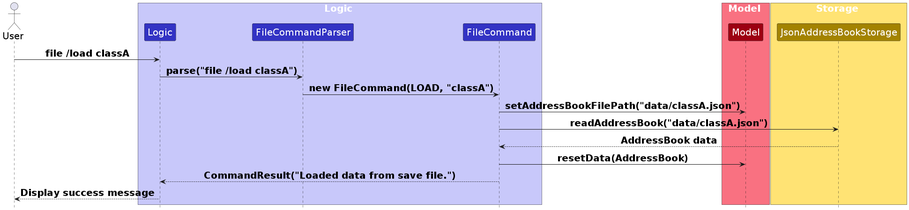
This is diagrams/FileSaveSequenceDiagram.png from AY2425S2-CS2103T-T10-3/tp, a PlantUML export, as it was before one commit. Its source is kept beside it as diagrams/FileSaveSequenceDiagram.puml. Its diagram source:
```plantuml
@startuml
!include style.puml
skinparam ArrowFontStyle bold
skinparam DefaultFontSize 20

actor User

box Logic LOGIC_COLOR_T1
participant "Logic" as Logic LOGIC_COLOR
participant "FileCommandParser" as Parser LOGIC_COLOR
participant "FileCommand" as Command LOGIC_COLOR
end box

box Model MODEL_COLOR_T1
participant "Model" as Model MODEL_COLOR
end box

box Storage STORAGE_COLOR_T1
participant "JsonAddressBookStorage" as Storage STORAGE_COLOR
end box

User -> Logic: file /load classA
Logic -> Parser: parse("file /load classA")
Parser -> Command: new FileCommand(LOAD, "classA")
Command -> Model: setAddressBookFilePath("data/classA.json")
Command -> Storage: readAddressBook("data/classA.json")
Storage --> Command: AddressBook data
Command -> Model: resetData(AddressBook)
Command --> Logic: CommandResult("Loaded data from save file.")
Logic --> User: Display success message

@enduml
```
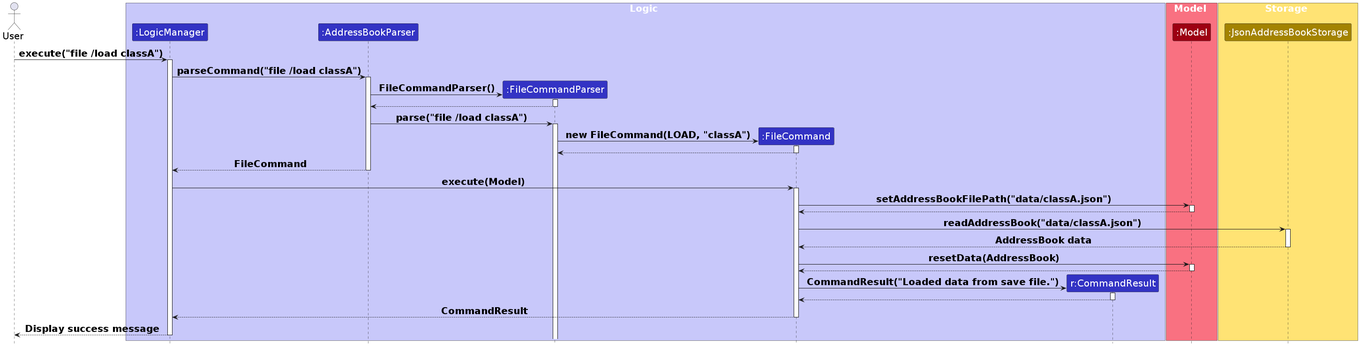
Above is the later version.

Change to the diagram source:
```diff
@@ -6,27 +6,74 @@
 actor User
 
 box Logic LOGIC_COLOR_T1
-participant "Logic" as Logic LOGIC_COLOR
-participant "FileCommandParser" as Parser LOGIC_COLOR
-participant "FileCommand" as Command LOGIC_COLOR
+participant ":LogicManager" as LogicManager LOGIC_COLOR
+participant ":AddressBookParser" as AddressBookParser LOGIC_COLOR
+participant ":FileCommandParser" as FileCommandParser LOGIC_COLOR
+participant ":FileCommand" as FileCommand LOGIC_COLOR
+participant "r:CommandResult" as CommandResult LOGIC_COLOR
 end box
 
 box Model MODEL_COLOR_T1
-participant "Model" as Model MODEL_COLOR
+participant ":Model" as Model MODEL_COLOR
 end box
 
 box Storage STORAGE_COLOR_T1
-participant "JsonAddressBookStorage" as Storage STORAGE_COLOR
+participant ":JsonAddressBookStorage" as Storage STORAGE_COLOR
 end box
 
-User -> Logic: file /load classA
-Logic -> Parser: parse("file /load classA")
-Parser -> Command: new FileCommand(LOAD, "classA")
-Command -> Model: setAddressBookFilePath("data/classA.json")
-Command -> Storage: readAddressBook("data/classA.json")
-Storage --> Command: AddressBook data
-Command -> Model: resetData(AddressBook)
-Command --> Logic: CommandResult("Loaded data from save file.")
-Logic --> User: Display success message
+User -> LogicManager: execute("file /load classA")
+activate LogicManager
+
+LogicManager -> AddressBookParser: parseCommand("file /load classA")
+activate AddressBookParser
+
+create FileCommandParser
+AddressBookParser -> FileCommandParser: FileCommandParser()
+activate FileCommandParser
+
+FileCommandParser --> AddressBookParser
+deactivate FileCommandParser
+
+AddressBookParser -> FileCommandParser: parse("file /load classA")
+activate FileCommandParser
+
+create FileCommand
+FileCommandParser -> FileCommand: new FileCommand(LOAD, "classA")
+activate FileCommand
+FileCommand --> FileCommandParser
+deactivate FileCommand
+
+AddressBookParser --> LogicManager: FileCommand
+deactivate AddressBookParser
+
+LogicManager -> FileCommand: execute(Model)
+activate FileCommand
+
+FileCommand -> Model: setAddressBookFilePath("data/classA.json")
+activate Model
+Model --> FileCommand
+deactivate Model
+
+FileCommand -> Storage: readAddressBook("data/classA.json")
+activate Storage
+Storage --> FileCommand: AddressBook data
+deactivate Storage
+
+FileCommand -> Model: resetData(AddressBook)
+activate Model
+Model --> FileCommand
+deactivate Model
+
+create CommandResult
+FileCommand -> CommandResult: CommandResult("Loaded data from save file.")
+activate CommandResult
+CommandResult --> FileCommand
+deactivate CommandResult
+
+FileCommand --> LogicManager: CommandResult
+deactivate FileCommand
+
+LogicManager --> User: Display success message
+deactivate LogicManager
 
 @enduml
```
